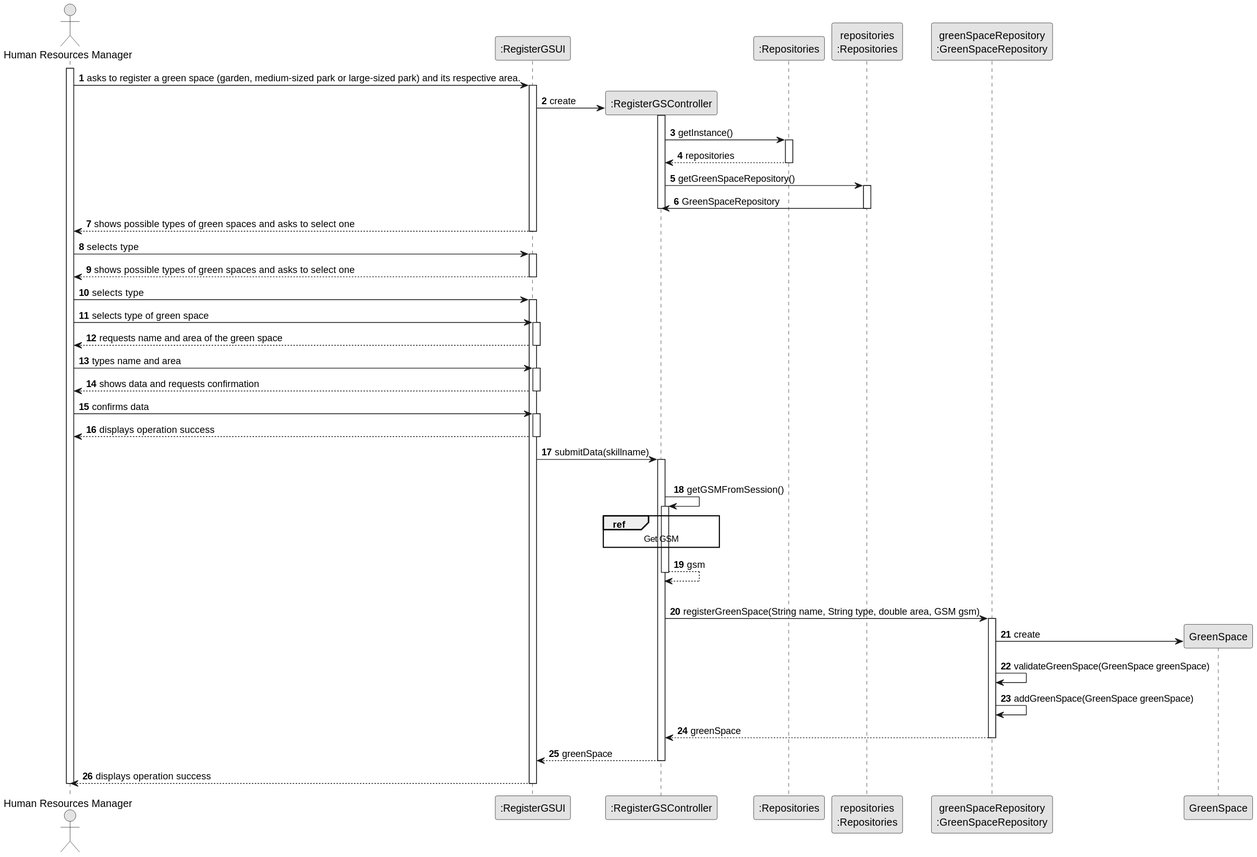
The PlantUML diagram docs/sprint3/us020/03.design/svg/us020-sequence-diagram-full.svg in tiagosoa/lei-24-s2-1dgh-g073, before a commit.
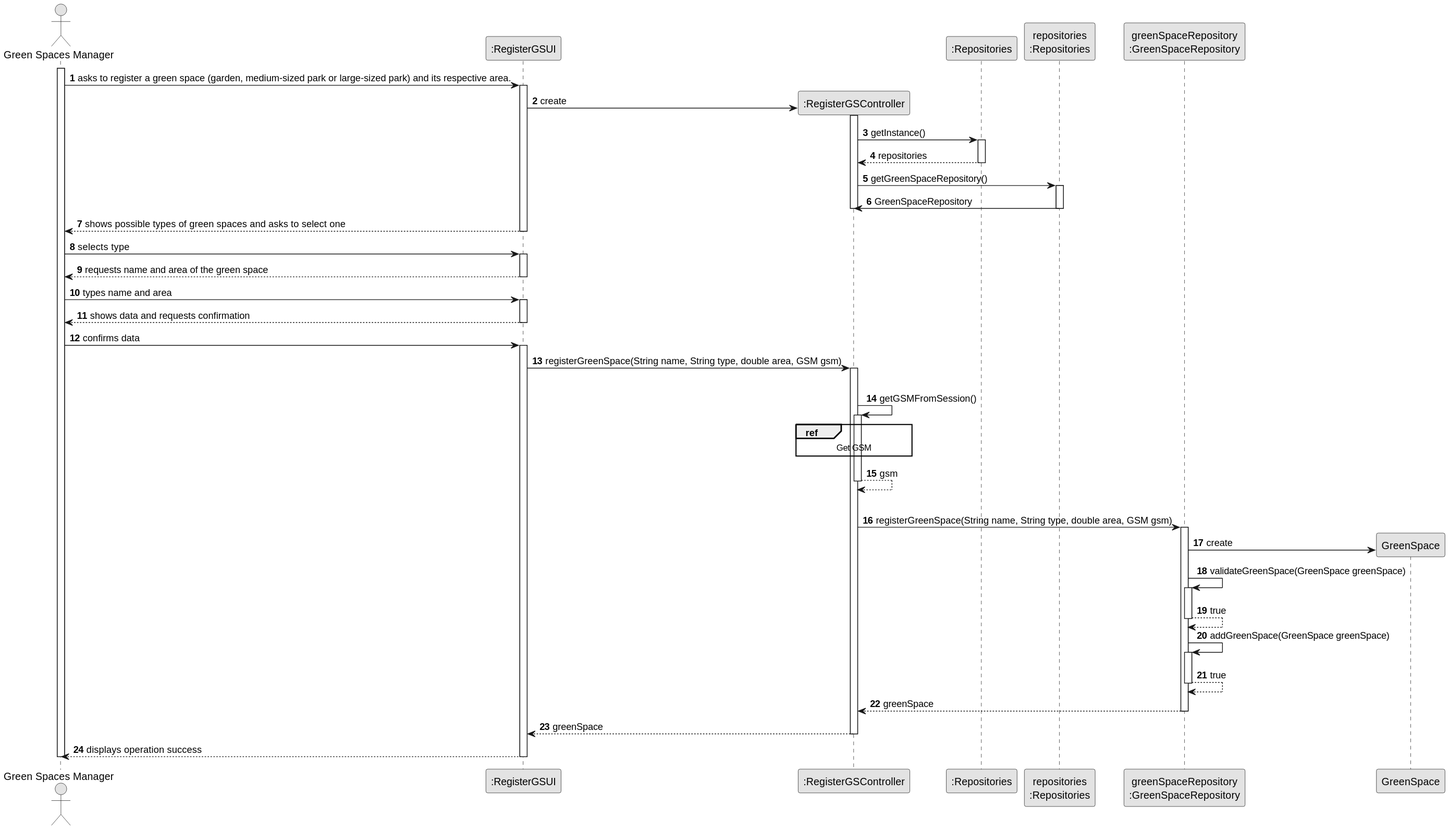
After the change.

Change to the diagram source:
```diff
@@ -5,7 +5,7 @@
 
 autonumber
 
-actor "Human Resources Manager" as ADM
+actor "Green Spaces Manager" as ADM
 participant ":RegisterGSUI" as UI
 participant ":RegisterGSController" as CTRL
 participant ":Repositories" as RepositorySingleton
@@ -40,16 +40,8 @@
     UI --> ADM : shows possible types of green spaces and asks to select one
     deactivate UI
 
-    ADM -> UI : selects type
-    activate UI
-
-    UI --> ADM : shows possible types of green spaces and asks to select one
-    deactivate UI
-
         ADM -> UI : selects type
         activate UI
-            ADM -> UI : selects type of green space
-            activate UI
 
             UI --> ADM : requests name and area of the green space
             deactivate UI
@@ -63,11 +55,9 @@
             ADM -> UI : confirms data
             activate UI
 
-            UI --> ADM : displays operation success
-            deactivate UI
 
 
-        UI -> CTRL : submitData(skillname)
+        UI -> CTRL : registerGreenSpace(String name, String type, double area, GSM gsm)
         activate CTRL
 
             |||
@@ -88,8 +78,16 @@
                 GSR -> HABILIDADE**: create
 
                 GSR -> GSR: validateGreenSpace(GreenSpace greenSpace)
+                activate GSR
+
+                GSR --> GSR: true
+                deactivate GSR
 
                 GSR -> GSR: addGreenSpace(GreenSpace greenSpace)
+                                activate GSR
+
+                                GSR --> GSR: true
+                                deactivate GSR
 
 
                 GSR --> CTRL : greenSpace
```
